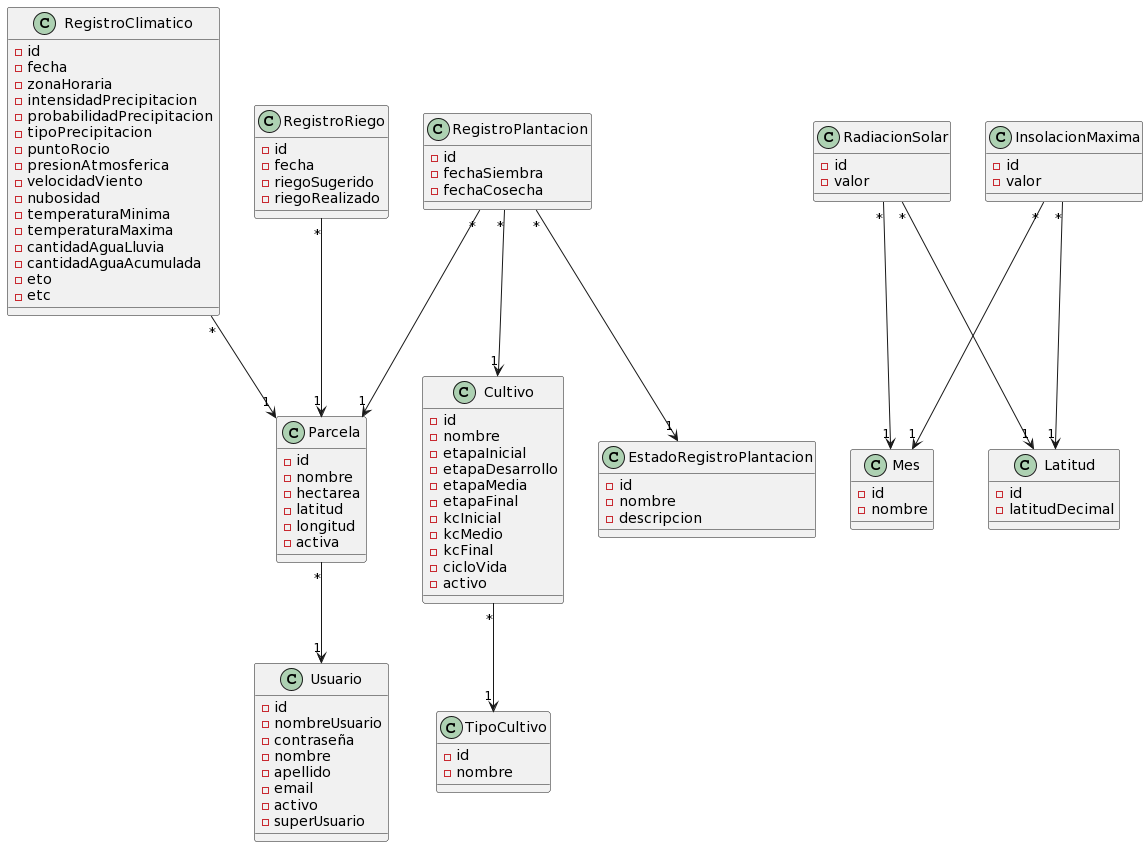
This is domain model/MDominio: Sistema de riego.png from facundopaez-dev/sistema-web-riego, a PlantUML export, as it was before one commit.
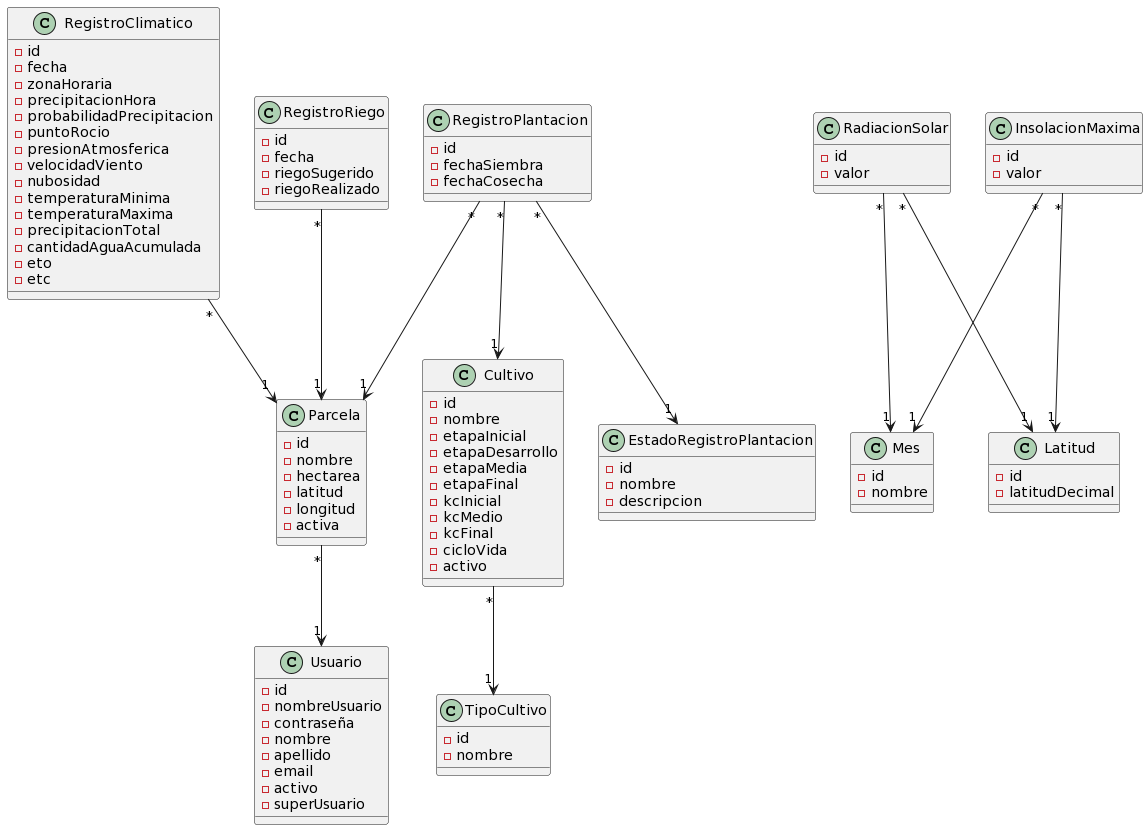
Later version of the same file.

Commit message:
Atributos 'precipitacionHora' y 'precipitacionTotal' agregados a la entidad RegistroClimatico, modelo de dominio

The edit, as a diff of the source:
```diff
@@ -43,16 +43,15 @@
 -id
 -fecha
 -zonaHoraria
--intensidadPrecipitacion
+-precipitacionHora
 -probabilidadPrecipitacion
--tipoPrecipitacion
 -puntoRocio
 -presionAtmosferica
 -velocidadViento
 -nubosidad
 -temperaturaMinima
 -temperaturaMaxima
--cantidadAguaLluvia
+-precipitacionTotal
 -cantidadAguaAcumulada
 -eto
 -etc
```
